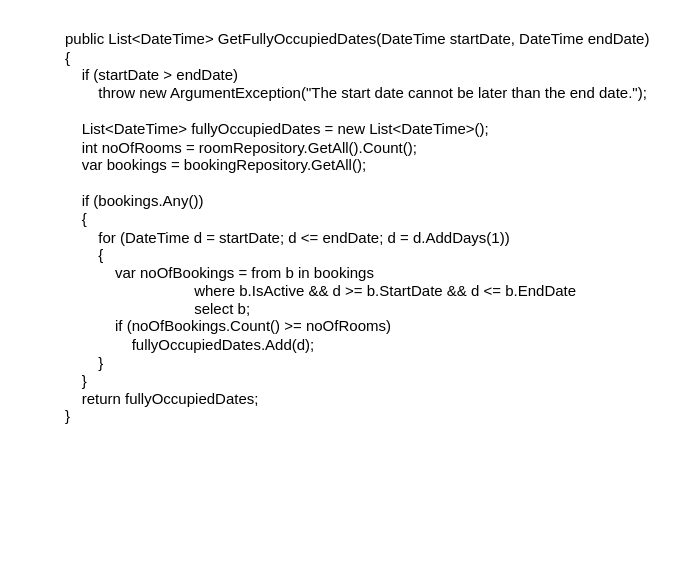
Above: page "GetFullyOccupiedDates" (3 of 3) of Unavngivet diagram.drawio in leaand01/WhiteBoxTesting_temp (draw.io), before the change. Source tidied: cells renumbered, new cells numbered last; positions are measured from the earlier drawing's top-left corner, leaving out a move shared by most shapes. Both pictures are drawn from the tidied source at 125%, with x=0, y=0 at pixel (62, 21).
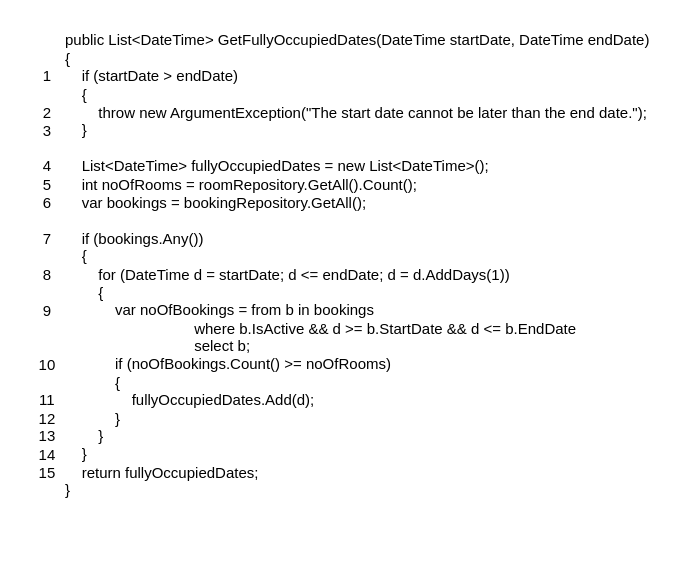
The same page after the edit.

Change to the diagram source:
```diff
@@
 <mxGraphModel>
   <root>
     <mxCell id="0" />
     <mxCell id="1" parent="0" />
-    <mxCell id="2" value="&lt;div&gt;public List&amp;lt;DateTime&amp;gt; GetFullyOccupiedDates(DateTime startDate, DateTime endDate)&lt;/div&gt;&lt;div&gt;{&lt;/div&gt;&lt;div&gt;&amp;nbsp; &amp;nbsp; if (startDate &amp;gt; endDate)&lt;/div&gt;&lt;div&gt;&amp;nbsp; &amp;nbsp; &amp;nbsp; &amp;nbsp; throw new ArgumentException(&quot;The start date cannot be later than the end date.&quot;);&lt;/div&gt;&lt;div&gt;&lt;br&gt;&lt;/div&gt;&lt;div&gt;&amp;nbsp; &amp;nbsp; List&amp;lt;DateTime&amp;gt; fullyOccupiedDates = new List&amp;lt;DateTime&amp;gt;();&lt;/div&gt;&lt;div&gt;&amp;nbsp; &amp;nbsp; int noOfRooms = roomRepository.GetAll().Count();&lt;/div&gt;&lt;div&gt;&amp;nbsp; &amp;nbsp; var bookings = bookingRepository.GetAll();&lt;/div&gt;&lt;div&gt;&lt;br&gt;&lt;/div&gt;&lt;div&gt;&amp;nbsp; &amp;nbsp; if (bookings.Any())&lt;/div&gt;&lt;div&gt;&amp;nbsp; &amp;nbsp; {&lt;/div&gt;&lt;div&gt;&amp;nbsp; &amp;nbsp; &amp;nbsp; &amp;nbsp; for (DateTime d = startDate; d &amp;lt;= endDate; d = d.AddDays(1))&lt;/div&gt;&lt;div&gt;&amp;nbsp; &amp;nbsp; &amp;nbsp; &amp;nbsp; {&lt;/div&gt;&lt;div&gt;&amp;nbsp; &amp;nbsp; &amp;nbsp; &amp;nbsp; &amp;nbsp; &amp;nbsp; var noOfBookings = from b in bookings&lt;/div&gt;&lt;div&gt;&amp;nbsp; &amp;nbsp; &amp;nbsp; &amp;nbsp; &amp;nbsp; &amp;nbsp; &amp;nbsp; &amp;nbsp; &amp;nbsp; &amp;nbsp; &amp;nbsp; &amp;nbsp; &amp;nbsp; &amp;nbsp; &amp;nbsp; &amp;nbsp;where b.IsActive &amp;amp;&amp;amp; d &amp;gt;= b.StartDate &amp;amp;&amp;amp; d &amp;lt;= b.EndDate&lt;/div&gt;&lt;div&gt;&amp;nbsp; &amp;nbsp; &amp;nbsp; &amp;nbsp; &amp;nbsp; &amp;nbsp; &amp;nbsp; &amp;nbsp; &amp;nbsp; &amp;nbsp; &amp;nbsp; &amp;nbsp; &amp;nbsp; &amp;nbsp; &amp;nbsp; &amp;nbsp;select b;&lt;/div&gt;&lt;div&gt;&amp;nbsp; &amp;nbsp; &amp;nbsp; &amp;nbsp; &amp;nbsp; &amp;nbsp; if (noOfBookings.Count() &amp;gt;= noOfRooms)&lt;/div&gt;&lt;div&gt;&amp;nbsp; &amp;nbsp; &amp;nbsp; &amp;nbsp; &amp;nbsp; &amp;nbsp; &amp;nbsp; &amp;nbsp; fullyOccupiedDates.Add(d);&lt;/div&gt;&lt;div&gt;&amp;nbsp; &amp;nbsp; &amp;nbsp; &amp;nbsp; }&lt;/div&gt;&lt;div&gt;&amp;nbsp; &amp;nbsp; }&lt;/div&gt;&lt;div&gt;&amp;nbsp; &amp;nbsp; return fullyOccupiedDates;&lt;/div&gt;&lt;div style=&quot;&quot;&gt;}&lt;/div&gt;" style="text;html=1;align=left;verticalAlign=middle;strokeColor=none;fillColor=none;" parent="1" vertex="1">
-      <mxGeometry width="490" height="330" as="geometry" />
+    <mxCell id="2" value="&lt;div&gt;public List&amp;lt;DateTime&amp;gt; GetFullyOccupiedDates(DateTime startDate, DateTime endDate)&lt;/div&gt;&lt;div&gt;{&lt;/div&gt;&lt;div&gt;&amp;nbsp; &amp;nbsp; if (startDate &amp;gt; endDate)&lt;/div&gt;&lt;div&gt;&amp;nbsp; &amp;nbsp; {&lt;/div&gt;&lt;div&gt;&amp;nbsp; &amp;nbsp; &amp;nbsp; &amp;nbsp; throw new ArgumentException(&quot;The start date cannot be later than the end date.&quot;);&lt;/div&gt;&lt;div&gt;&amp;nbsp; &amp;nbsp; }&lt;/div&gt;&lt;div&gt;&lt;br&gt;&lt;/div&gt;&lt;div&gt;&amp;nbsp; &amp;nbsp; List&amp;lt;DateTime&amp;gt; fullyOccupiedDates = new List&amp;lt;DateTime&amp;gt;();&lt;/div&gt;&lt;div&gt;&amp;nbsp; &amp;nbsp; int noOfRooms = roomRepository.GetAll().Count();&lt;/div&gt;&lt;div&gt;&amp;nbsp; &amp;nbsp; var bookings = bookingRepository.GetAll();&lt;/div&gt;&lt;div&gt;&lt;br&gt;&lt;/div&gt;&lt;div&gt;&amp;nbsp; &amp;nbsp; if (bookings.Any())&lt;/div&gt;&lt;div&gt;&amp;nbsp; &amp;nbsp; {&lt;/div&gt;&lt;div&gt;&amp;nbsp; &amp;nbsp; &amp;nbsp; &amp;nbsp; for (DateTime d = startDate; d &amp;lt;= endDate; d = d.AddDays(1))&lt;/div&gt;&lt;div&gt;&amp;nbsp; &amp;nbsp; &amp;nbsp; &amp;nbsp; {&lt;/div&gt;&lt;div&gt;&amp;nbsp; &amp;nbsp; &amp;nbsp; &amp;nbsp; &amp;nbsp; &amp;nbsp; var noOfBookings = from b in bookings&lt;/div&gt;&lt;div&gt;&amp;nbsp; &amp;nbsp; &amp;nbsp; &amp;nbsp; &amp;nbsp; &amp;nbsp; &amp;nbsp; &amp;nbsp; &amp;nbsp; &amp;nbsp; &amp;nbsp; &amp;nbsp; &amp;nbsp; &amp;nbsp; &amp;nbsp; &amp;nbsp;where b.IsActive &amp;amp;&amp;amp; d &amp;gt;= b.StartDate &amp;amp;&amp;amp; d &amp;lt;= b.EndDate&lt;/div&gt;&lt;div&gt;&amp;nbsp; &amp;nbsp; &amp;nbsp; &amp;nbsp; &amp;nbsp; &amp;nbsp; &amp;nbsp; &amp;nbsp; &amp;nbsp; &amp;nbsp; &amp;nbsp; &amp;nbsp; &amp;nbsp; &amp;nbsp; &amp;nbsp; &amp;nbsp;select b;&lt;/div&gt;&lt;div&gt;&amp;nbsp; &amp;nbsp; &amp;nbsp; &amp;nbsp; &amp;nbsp; &amp;nbsp; if (noOfBookings.Count() &amp;gt;= noOfRooms)&lt;/div&gt;&lt;div&gt;&amp;nbsp; &amp;nbsp; &amp;nbsp; &amp;nbsp; &amp;nbsp; &amp;nbsp; {&lt;/div&gt;&lt;div&gt;&lt;span style=&quot;background-color: initial;&quot;&gt;&amp;nbsp; &amp;nbsp; &amp;nbsp; &amp;nbsp; &amp;nbsp; &amp;nbsp; &amp;nbsp; &amp;nbsp; fullyOccupiedDates.Add(d);&lt;/span&gt;&lt;br&gt;&lt;/div&gt;&lt;div&gt;&lt;span style=&quot;background-color: initial;&quot;&gt;&amp;nbsp; &amp;nbsp; &amp;nbsp; &amp;nbsp; &amp;nbsp; &amp;nbsp;&amp;nbsp;&lt;/span&gt;&lt;span style=&quot;background-color: initial;&quot;&gt;}&lt;/span&gt;&lt;/div&gt;&lt;div&gt;&amp;nbsp; &amp;nbsp; &amp;nbsp; &amp;nbsp; }&lt;/div&gt;&lt;div&gt;&amp;nbsp; &amp;nbsp; }&lt;/div&gt;&lt;div&gt;&amp;nbsp; &amp;nbsp; return fullyOccupiedDates;&lt;/div&gt;&lt;div style=&quot;&quot;&gt;}&lt;/div&gt;" style="text;html=1;align=left;verticalAlign=middle;strokeColor=none;fillColor=none;" parent="1" vertex="1">
+      <mxGeometry width="490" height="390" as="geometry" />
     </mxCell>
+    <mxCell id="3" value="1&lt;div&gt;&lt;br&gt;&lt;div style=&quot;&quot;&gt;&lt;span style=&quot;background-color: initial;&quot;&gt;2&lt;/span&gt;&lt;br&gt;&lt;/div&gt;&lt;div&gt;3&lt;/div&gt;&lt;div&gt;&lt;br&gt;&lt;/div&gt;&lt;div&gt;4&lt;/div&gt;&lt;div&gt;5&lt;/div&gt;&lt;div&gt;6&lt;/div&gt;&lt;div&gt;&lt;br&gt;&lt;/div&gt;&lt;div&gt;7&lt;/div&gt;&lt;div&gt;&lt;br&gt;&lt;/div&gt;&lt;div&gt;8&lt;/div&gt;&lt;div&gt;&lt;br&gt;&lt;/div&gt;&lt;div&gt;9&lt;/div&gt;&lt;div&gt;&lt;br&gt;&lt;/div&gt;&lt;div&gt;&lt;br&gt;&lt;/div&gt;&lt;div&gt;10&lt;/div&gt;&lt;div&gt;&lt;br&gt;&lt;/div&gt;&lt;div&gt;11&lt;/div&gt;&lt;div&gt;12&lt;/div&gt;&lt;div&gt;13&lt;/div&gt;&lt;div&gt;14&lt;/div&gt;&lt;div&gt;15&lt;/div&gt;&lt;div&gt;&lt;br&gt;&lt;/div&gt;&lt;div&gt;&lt;br&gt;&lt;/div&gt;&lt;div&gt;&lt;br&gt;&lt;/div&gt;&lt;/div&gt;" style="text;html=1;align=center;verticalAlign=middle;strokeColor=none;fillColor=none;" parent="1" vertex="1">
+      <mxGeometry x="-33" y="29" width="40" height="390" as="geometry" />
+    </mxCell>
   </root>
 </mxGraphModel>
```
